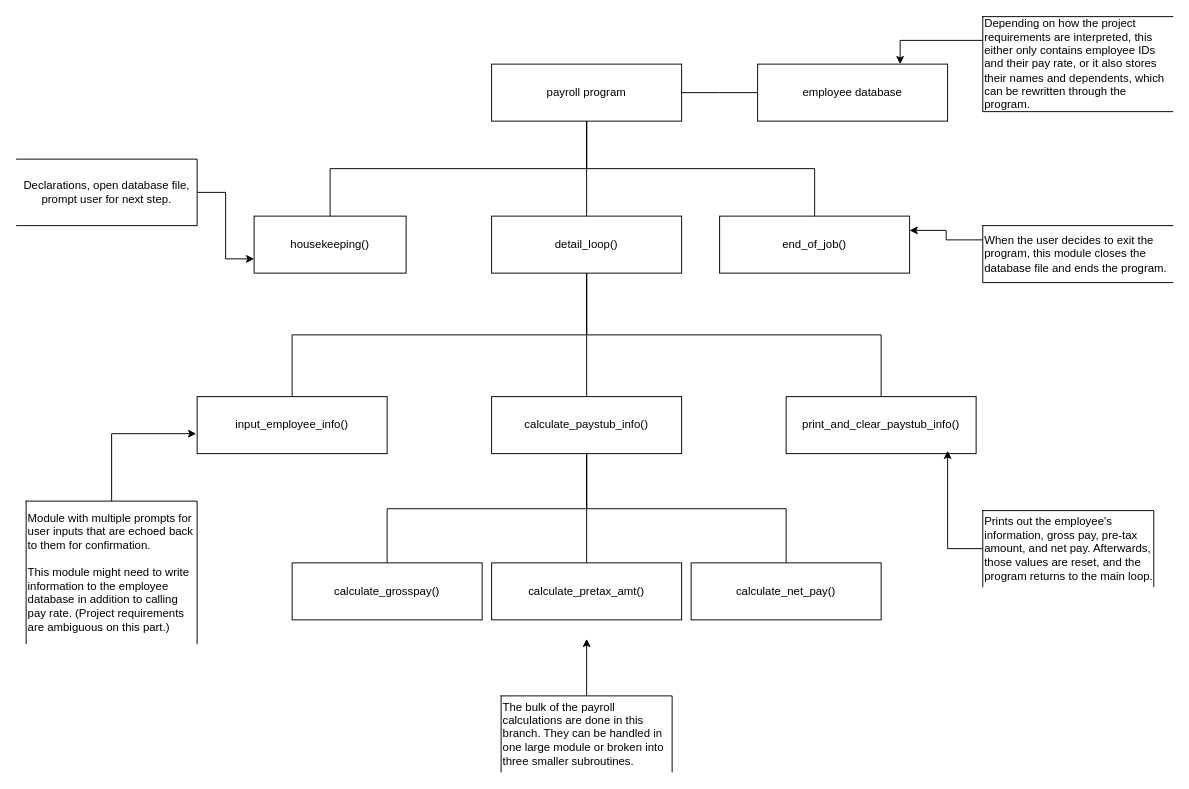
The draw.io diagram Program Hierarchy.drawio in dmcmahon3/Group1-Project-SDEV120, before the edit. Source tidied: cells renumbered, new cells numbered last; positions are measured from the earlier drawing's top-left corner, leaving out a move shared by most shapes. Both pictures are drawn from the tidied source at 95%, with x=0, y=0 at pixel (16, 16).
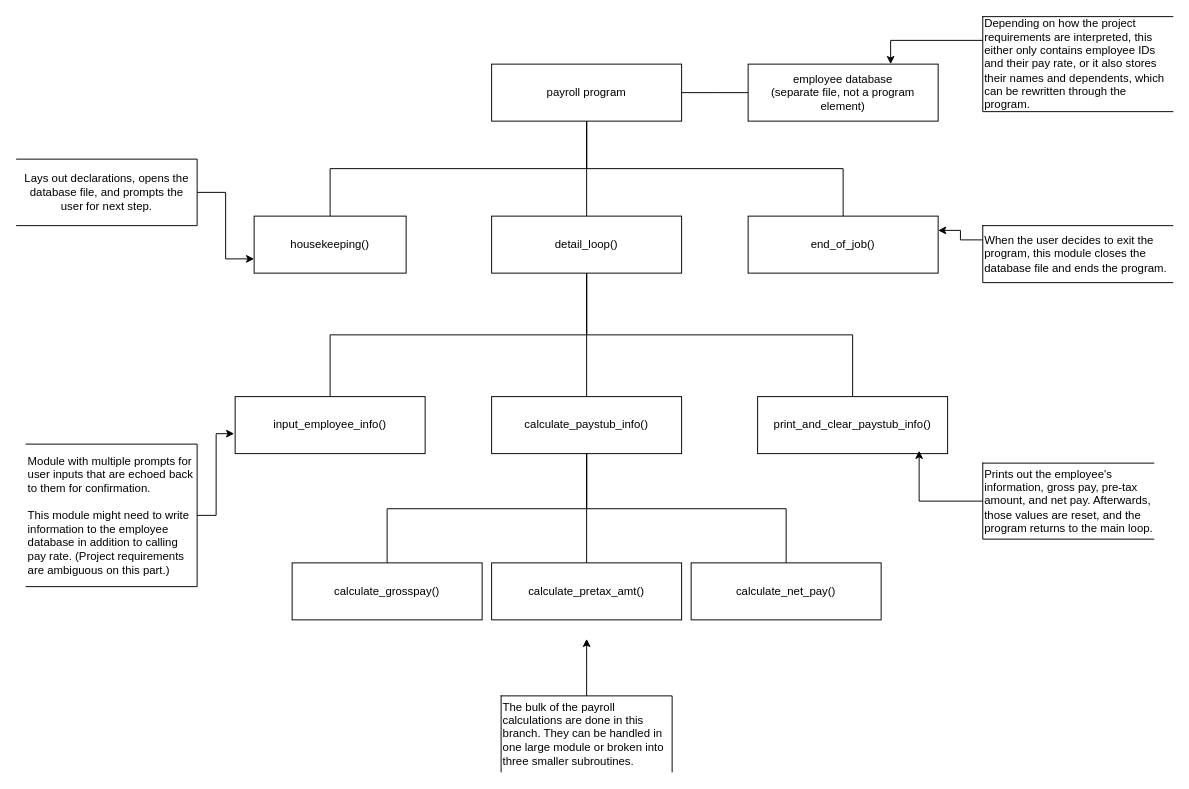
The same page after the edit.

The edit, as a diff of the source:
```diff
@@
-    <mxCell id="9" value="Module with multiple prompts for user inputs that are echoed back to them for confirmation.&amp;nbsp;&lt;div&gt;&lt;br&gt;&lt;/div&gt;&lt;div&gt;This module might need to write information to the employee database in addition to calling pay rate. (Project requirements are ambiguous on this part.)&lt;/div&gt;" style="shape=partialRectangle;whiteSpace=wrap;html=1;bottom=0;fillColor=none;align=left;" parent="1" vertex="1">
-      <mxGeometry x="10" y="510" width="180" height="150" as="geometry" />
+    <mxCell id="9" value="Module with multiple prompts for user inputs that are echoed back to them for confirmation.&amp;nbsp;&lt;div&gt;&lt;br&gt;&lt;/div&gt;&lt;div&gt;This module might need to write information to the employee database in addition to calling pay rate. (Project requirements are ambiguous on this part.)&lt;/div&gt;" style="shape=partialRectangle;whiteSpace=wrap;html=1;left=0;fillColor=none;align=left;" parent="1" vertex="1">
+      <mxGeometry x="10" y="450" width="180" height="150" as="geometry" />
     </mxCell>
@@
-    <mxCell id="11" value="Declarations, open database file, prompt user for next step." style="shape=partialRectangle;whiteSpace=wrap;html=1;left=0;fillColor=none;" parent="1" vertex="1">
+    <mxCell id="11" value="Lays out declarations, opens the database file, and prompts the user for next step." style="shape=partialRectangle;whiteSpace=wrap;html=1;left=0;fillColor=none;" parent="1" vertex="1">
       <mxGeometry y="150" width="190" height="70" as="geometry" />
     </mxCell>
@@
     <mxCell id="16" value="end_of_job()" style="whiteSpace=wrap;html=1;align=center;newEdgeStyle={&quot;edgeStyle&quot;:&quot;elbowEdgeStyle&quot;,&quot;startArrow&quot;:&quot;none&quot;,&quot;endArrow&quot;:&quot;none&quot;};" parent="1" vertex="1">
-      <mxGeometry x="740" y="210" width="200" height="60" as="geometry" />
+      <mxGeometry x="770" y="210" width="200" height="60" as="geometry" />
     </mxCell>
     <mxCell id="17" value="input_employee_info()" style="whiteSpace=wrap;html=1;align=center;newEdgeStyle={&quot;edgeStyle&quot;:&quot;elbowEdgeStyle&quot;,&quot;startArrow&quot;:&quot;none&quot;,&quot;endArrow&quot;:&quot;none&quot;};" parent="1" vertex="1">
-      <mxGeometry x="190" y="400" width="200" height="60" as="geometry" />
+      <mxGeometry x="230" y="400" width="200" height="60" as="geometry" />
     </mxCell>
@@
     <mxCell id="25" value="print_and_clear_paystub_info()" style="whiteSpace=wrap;html=1;align=center;newEdgeStyle={&quot;edgeStyle&quot;:&quot;elbowEdgeStyle&quot;,&quot;startArrow&quot;:&quot;none&quot;,&quot;endArrow&quot;:&quot;none&quot;};" parent="1" vertex="1">
-      <mxGeometry x="810" y="400" width="200" height="60" as="geometry" />
+      <mxGeometry x="780" y="400" width="200" height="60" as="geometry" />
     </mxCell>
@@
-    <mxCell id="29" value="employee database" style="whiteSpace=wrap;html=1;align=center;newEdgeStyle={&quot;edgeStyle&quot;:&quot;elbowEdgeStyle&quot;,&quot;startArrow&quot;:&quot;none&quot;,&quot;endArrow&quot;:&quot;none&quot;};" parent="1" vertex="1">
-      <mxGeometry x="780" y="50" width="200" height="60" as="geometry" />
+    <mxCell id="29" value="employee database&lt;br&gt;(separate file, not a program element)" style="whiteSpace=wrap;html=1;align=center;newEdgeStyle={&quot;edgeStyle&quot;:&quot;elbowEdgeStyle&quot;,&quot;startArrow&quot;:&quot;none&quot;,&quot;endArrow&quot;:&quot;none&quot;};" parent="1" vertex="1">
+      <mxGeometry x="770" y="50" width="200" height="60" as="geometry" />
     </mxCell>
@@
-    <mxCell id="32" value="Prints out the employee's information, gross pay, pre-tax amount, and net pay. Afterwards, those values are reset, and the&amp;nbsp; program returns to the main loop." style="shape=partialRectangle;whiteSpace=wrap;html=1;bottom=0;fillColor=none;align=left;" parent="1" vertex="1">
-      <mxGeometry x="1017" y="520" width="180" height="80" as="geometry" />
+    <mxCell id="32" value="Prints out the employee's information, gross pay, pre-tax amount, and net pay. Afterwards, those values are reset, and the&amp;nbsp; program returns to the main loop." style="shape=partialRectangle;whiteSpace=wrap;html=1;right=0;fillColor=none;align=left;" parent="1" vertex="1">
+      <mxGeometry x="1017" y="470" width="180" height="80" as="geometry" />
     </mxCell>
```
